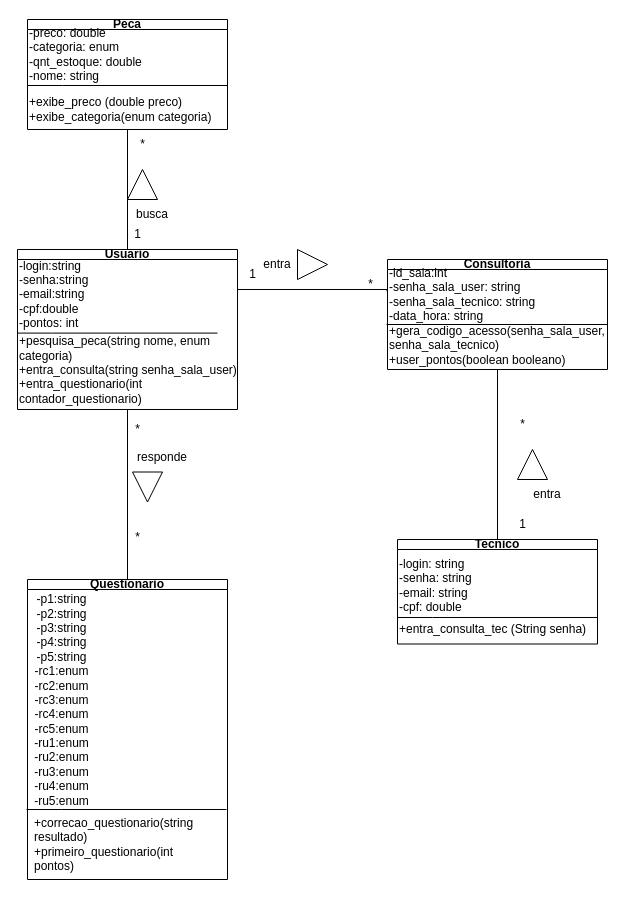
Earlier version of the draw.io diagram page "Page-11" (11 of 11) of Diagrama sem nome.drawio (devguina/CEFET-Software_Engineering). Source tidied: cells renumbered, new cells numbered last; positions are measured from the earlier drawing's top-left corner, leaving out a move shared by most shapes. Both pictures are drawn from the tidied source at 100%, with x=0, y=0 at pixel (17, 19).
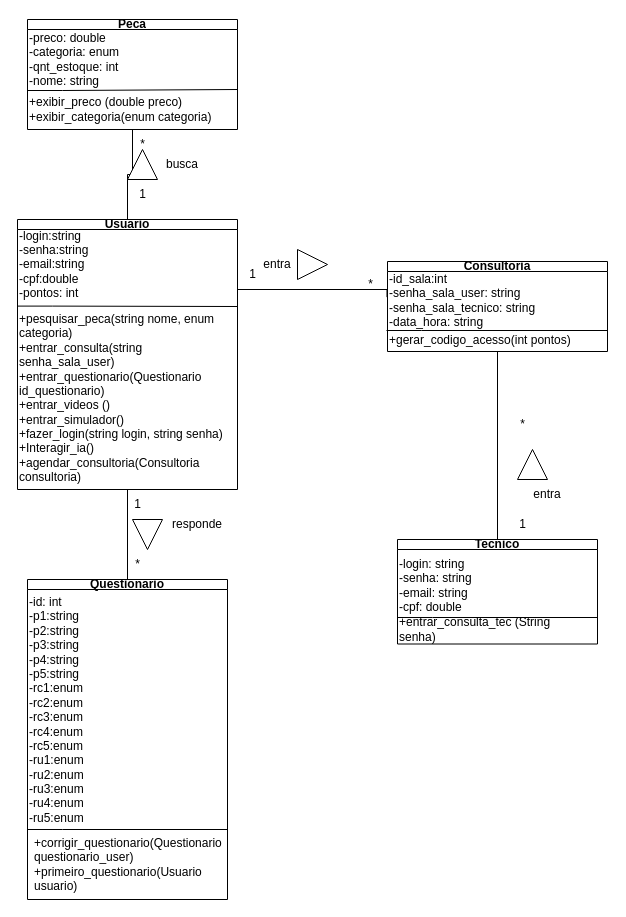
The same page after the edit.

Unchanged cells that the change refers to:
```xml
<mxCell id="17" value="Tecnico" style="swimlane;whiteSpace=wrap;html=1;startSize=10;" parent="1" vertex="1">
  <mxGeometry x="380" y="520" width="200" height="104.5" as="geometry" />
</mxCell>
```

Change to the diagram source:
```diff
@@
     <mxCell id="3" value="Usuario" style="swimlane;whiteSpace=wrap;html=1;startSize=10;" parent="1" vertex="1">
-      <mxGeometry y="230" width="220" height="160" as="geometry" />
+      <mxGeometry y="200" width="220" height="270" as="geometry" />
     </mxCell>
-    <mxCell id="4" value="+pesquisa_peca(string nome, enum categoria)&lt;div&gt;+entra_consulta(string senha_sala_user)&lt;/div&gt;&lt;div&gt;+entra_questionario(int contador_questionario)&lt;/div&gt;&lt;div&gt;&lt;br&gt;&lt;/div&gt;&lt;div&gt;&lt;br&gt;&lt;/div&gt;" style="text;html=1;align=left;verticalAlign=middle;whiteSpace=wrap;rounded=0;" parent="3" vertex="1">
-      <mxGeometry y="110" width="220" height="50" as="geometry" />
+    <mxCell id="4" value="+pesquisar_peca(string nome, enum categoria)&lt;div&gt;+entrar_consulta(string senha_sala_user)&lt;/div&gt;&lt;div&gt;+entrar_questionario(Questionario id_questionario)&lt;/div&gt;&lt;div&gt;+entrar_videos ()&lt;/div&gt;&lt;div&gt;+entrar_simulador()&lt;/div&gt;&lt;div&gt;+fazer_login(string login, string senha)&lt;/div&gt;&lt;div&gt;+Interagir_ia()&lt;/div&gt;&lt;div&gt;+agendar_consultoria(Consultoria consultoria)&lt;/div&gt;&lt;div&gt;&lt;br&gt;&lt;/div&gt;" style="text;html=1;align=left;verticalAlign=middle;whiteSpace=wrap;rounded=0;" parent="3" vertex="1">
+      <mxGeometry y="141" width="220" height="90" as="geometry" />
     </mxCell>
@@
     <mxCell id="6" value="Questionario" style="swimlane;whiteSpace=wrap;html=1;startSize=10;" parent="1" vertex="1">
-      <mxGeometry x="10" y="560" width="200" height="300" as="geometry" />
+      <mxGeometry x="10" y="560" width="200" height="320" as="geometry" />
     </mxCell>
-    <mxCell id="7" value="&lt;div&gt;-p1:string&lt;/div&gt;&lt;div&gt;-p2:&lt;span style=&quot;background-color: initial;&quot;&gt;string&lt;/span&gt;&lt;/div&gt;&lt;div&gt;-p3:&lt;span style=&quot;background-color: initial;&quot;&gt;string&lt;/span&gt;&lt;/div&gt;&lt;div&gt;-p4:&lt;span style=&quot;background-color: initial;&quot;&gt;string&lt;/span&gt;&lt;/div&gt;&lt;div&gt;-p5:&lt;span style=&quot;background-color: initial;&quot;&gt;string&lt;/span&gt;&lt;/div&gt;&lt;div&gt;-rc1&lt;span style=&quot;background-color: initial;&quot;&gt;:enum&lt;/span&gt;&lt;/div&gt;&lt;div&gt;-rc2&lt;span style=&quot;background-color: initial;&quot;&gt;:enum&lt;/span&gt;&lt;/div&gt;&lt;div&gt;-rc3&lt;span style=&quot;background-color: initial;&quot;&gt;:enum&lt;/span&gt;&lt;/div&gt;&lt;div&gt;-rc4&lt;span style=&quot;background-color: initial;&quot;&gt;:enum&lt;/span&gt;&lt;/div&gt;&lt;div&gt;-rc5&lt;span style=&quot;background-color: initial;&quot;&gt;:&lt;/span&gt;&lt;span style=&quot;background-color: initial;&quot;&gt;enum&lt;/span&gt;&lt;/div&gt;&lt;div&gt;-ru1&lt;span style=&quot;background-color: initial;&quot;&gt;:&lt;/span&gt;&lt;span style=&quot;background-color: initial;&quot;&gt;enum&lt;/span&gt;&lt;/div&gt;&lt;div&gt;-ru2&lt;span style=&quot;background-color: initial;&quot;&gt;:&lt;/span&gt;&lt;span style=&quot;background-color: initial;&quot;&gt;enum&lt;/span&gt;&lt;/div&gt;&lt;div&gt;-ru3&lt;span style=&quot;background-color: initial;&quot;&gt;:&lt;/span&gt;&lt;span style=&quot;background-color: initial;&quot;&gt;enum&lt;/span&gt;&lt;/div&gt;&lt;div&gt;-ru4&lt;span style=&quot;background-color: initial;&quot;&gt;:&lt;/span&gt;&lt;span style=&quot;background-color: initial;&quot;&gt;enum&lt;/span&gt;&lt;/div&gt;&lt;div&gt;-ru5&lt;span style=&quot;background-color: initial;&quot;&gt;:&lt;/span&gt;&lt;span style=&quot;background-color: initial;&quot;&gt;enum&lt;/span&gt;&lt;/div&gt;&lt;div&gt;&lt;br&gt;&lt;/div&gt;&lt;div&gt;&lt;br&gt;&lt;/div&gt;" style="text;html=1;align=center;verticalAlign=middle;strokeColor=none;fillColor=none;" parent="6" vertex="1">
-      <mxGeometry x="-6" y="5" width="80" height="260" as="geometry" />
+    <mxCell id="7" value="&lt;div&gt;-id: int&lt;/div&gt;&lt;div&gt;-p1:string&lt;/div&gt;&lt;div&gt;-p2:&lt;span style=&quot;background-color: initial;&quot;&gt;string&lt;/span&gt;&lt;/div&gt;&lt;div&gt;-p3:&lt;span style=&quot;background-color: initial;&quot;&gt;string&lt;/span&gt;&lt;/div&gt;&lt;div&gt;-p4:&lt;span style=&quot;background-color: initial;&quot;&gt;string&lt;/span&gt;&lt;/div&gt;&lt;div&gt;-p5:&lt;span style=&quot;background-color: initial;&quot;&gt;string&lt;/span&gt;&lt;/div&gt;&lt;div&gt;-rc1&lt;span style=&quot;background-color: initial;&quot;&gt;:enum&lt;/span&gt;&lt;/div&gt;&lt;div&gt;-rc2&lt;span style=&quot;background-color: initial;&quot;&gt;:enum&lt;/span&gt;&lt;/div&gt;&lt;div&gt;-rc3&lt;span style=&quot;background-color: initial;&quot;&gt;:enum&lt;/span&gt;&lt;/div&gt;&lt;div&gt;-rc4&lt;span style=&quot;background-color: initial;&quot;&gt;:enum&lt;/span&gt;&lt;/div&gt;&lt;div&gt;-rc5&lt;span style=&quot;background-color: initial;&quot;&gt;:&lt;/span&gt;&lt;span style=&quot;background-color: initial;&quot;&gt;enum&lt;/span&gt;&lt;/div&gt;&lt;div&gt;-ru1&lt;span style=&quot;background-color: initial;&quot;&gt;:&lt;/span&gt;&lt;span style=&quot;background-color: initial;&quot;&gt;enum&lt;/span&gt;&lt;/div&gt;&lt;div&gt;-ru2&lt;span style=&quot;background-color: initial;&quot;&gt;:&lt;/span&gt;&lt;span style=&quot;background-color: initial;&quot;&gt;enum&lt;/span&gt;&lt;/div&gt;&lt;div&gt;-ru3&lt;span style=&quot;background-color: initial;&quot;&gt;:&lt;/span&gt;&lt;span style=&quot;background-color: initial;&quot;&gt;enum&lt;/span&gt;&lt;/div&gt;&lt;div&gt;-ru4&lt;span style=&quot;background-color: initial;&quot;&gt;:&lt;/span&gt;&lt;span style=&quot;background-color: initial;&quot;&gt;enum&lt;/span&gt;&lt;/div&gt;&lt;div&gt;-ru5&lt;span style=&quot;background-color: initial;&quot;&gt;:&lt;/span&gt;&lt;span style=&quot;background-color: initial;&quot;&gt;enum&lt;/span&gt;&lt;/div&gt;&lt;div&gt;&lt;br&gt;&lt;/div&gt;&lt;div&gt;&lt;br&gt;&lt;/div&gt;" style="text;html=1;align=left;verticalAlign=middle;strokeColor=none;fillColor=none;" parent="6" vertex="1">
+      <mxGeometry y="10" width="80" height="270" as="geometry" />
     </mxCell>
     <mxCell id="8" style="endArrow=none;html=1;rounded=0;entryX=1;entryY=0.75;entryDx=0;entryDy=0;" parent="6" edge="1">
       <mxGeometry relative="1" as="geometry">
-        <mxPoint x="-1" y="230" as="sourcePoint" />
-        <mxPoint x="199" y="230" as="targetPoint" />
+        <mxPoint y="250" as="sourcePoint" />
+        <mxPoint x="200" y="250" as="targetPoint" />
         <Array as="points">
-          <mxPoint x="34" y="230" />
+          <mxPoint x="35" y="250" />
         </Array>
       </mxGeometry>
     </mxCell>
-    <mxCell id="9" value="&lt;div&gt;+correcao_questionario(string resultado)&lt;/div&gt;&lt;div&gt;+primeiro_questionario(int pontos)&lt;/div&gt;" style="text;html=1;align=left;verticalAlign=middle;whiteSpace=wrap;rounded=0;" parent="6" vertex="1">
-      <mxGeometry x="5" y="250" width="180" height="30" as="geometry" />
+    <mxCell id="9" value="&lt;div&gt;+corrigir_questionario(Questionario&amp;nbsp; questionario_user)&lt;/div&gt;&lt;div&gt;+primeiro_questionario(Usuario usuario)&lt;/div&gt;" style="text;html=1;align=left;verticalAlign=middle;whiteSpace=wrap;rounded=0;" parent="6" vertex="1">
+      <mxGeometry x="5" y="270" width="180" height="30" as="geometry" />
     </mxCell>
-    <mxCell id="10" value="*" style="text;html=1;align=center;verticalAlign=middle;strokeColor=none;fillColor=none;" parent="1" vertex="1">
-      <mxGeometry x="105" y="395" width="30" height="30" as="geometry" />
+    <mxCell id="10" value="1" style="text;html=1;align=center;verticalAlign=middle;strokeColor=none;fillColor=none;" parent="1" vertex="1">
+      <mxGeometry x="105" y="470" width="30" height="30" as="geometry" />
     </mxCell>
     <mxCell id="11" value="*" style="text;html=1;align=center;verticalAlign=middle;strokeColor=none;fillColor=none;" parent="1" vertex="1">
-      <mxGeometry x="105" y="502.5" width="30" height="30" as="geometry" />
+      <mxGeometry x="105" y="530" width="30" height="30" as="geometry" />
     </mxCell>
     <mxCell id="12" value="Consultoria" style="swimlane;whiteSpace=wrap;html=1;startSize=10;" parent="1" vertex="1">
-      <mxGeometry x="370" y="240" width="220" height="110" as="geometry" />
+      <mxGeometry x="370" y="242" width="220" height="90" as="geometry" />
     </mxCell>
     <mxCell id="13" value="-id_sala:int&lt;div&gt;-senha_sala_user: string&lt;/div&gt;&lt;div&gt;-senha_sala_tecnico: string&lt;/div&gt;&lt;div&gt;-data_hora: string&lt;/div&gt;" style="text;html=1;align=left;verticalAlign=middle;points=[];strokeColor=none;fillColor=none;" parent="12" vertex="1">
-      <mxGeometry width="170" height="70" as="geometry" />
+      <mxGeometry y="4" width="170" height="70" as="geometry" />
     </mxCell>
     <mxCell id="14" style="endArrow=none;html=1;rounded=0;" parent="12" edge="1">
       <mxGeometry relative="1" as="geometry">
-        <mxPoint x="-1" y="65" as="sourcePoint" />
-        <mxPoint x="220" y="65" as="targetPoint" />
+        <mxPoint x="-1" y="69" as="sourcePoint" />
+        <mxPoint x="220" y="69" as="targetPoint" />
         <Array as="points">
-          <mxPoint x="34" y="65" />
+          <mxPoint x="34" y="69" />
         </Array>
       </mxGeometry>
     </mxCell>
-    <mxCell id="15" value="&lt;div&gt;+gera_codigo_acesso(senha_sala_user,&amp;nbsp; senha_sala_tecnico)&lt;/div&gt;&lt;div&gt;+user_pontos(boolean booleano)&lt;/div&gt;" style="text;html=1;align=left;verticalAlign=middle;whiteSpace=wrap;rounded=0;" parent="12" vertex="1">
-      <mxGeometry y="50" width="220" height="72" as="geometry" />
-    </mxCell>
@@
-    <mxCell id="20" value="+entra_consulta_tec (String senha)" style="text;html=1;align=left;verticalAlign=middle;whiteSpace=wrap;rounded=0;" parent="17" vertex="1">
+    <mxCell id="20" value="+entrar_consulta_tec (String senha)" style="text;html=1;align=left;verticalAlign=middle;whiteSpace=wrap;rounded=0;" parent="17" vertex="1">
       <mxGeometry y="74.5" width="190" height="30" as="geometry" />
     </mxCell>
@@
     <mxCell id="26" value="Peca" style="swimlane;whiteSpace=wrap;html=1;startSize=10;" parent="1" vertex="1">
-      <mxGeometry x="10" width="200" height="110" as="geometry" />
+      <mxGeometry x="10" width="210" height="110" as="geometry" />
     </mxCell>
-    <mxCell id="27" value="&lt;div&gt;-preco: double&lt;/div&gt;&lt;div&gt;-categoria: enum&lt;/div&gt;&lt;div&gt;-qnt_estoque: double&lt;/div&gt;&lt;div&gt;-nome: string&lt;/div&gt;" style="text;html=1;align=left;verticalAlign=middle;strokeColor=none;fillColor=none;" parent="26" vertex="1">
-      <mxGeometry width="140" height="70" as="geometry" />
+    <mxCell id="27" value="&lt;div&gt;-preco: double&lt;/div&gt;&lt;div&gt;-categoria: enum&lt;/div&gt;&lt;div&gt;-qnt_estoque: int&lt;/div&gt;&lt;div&gt;-nome: string&lt;/div&gt;" style="text;html=1;align=left;verticalAlign=middle;strokeColor=none;fillColor=none;" parent="26" vertex="1">
+      <mxGeometry y="5" width="110" height="70" as="geometry" />
     </mxCell>
     <mxCell id="28" style="endArrow=none;html=1;rounded=0;" parent="26" edge="1">
       <mxGeometry relative="1" as="geometry">
-        <mxPoint y="66" as="sourcePoint" />
-        <mxPoint x="200" y="66" as="targetPoint" />
+        <mxPoint y="71" as="sourcePoint" />
+        <mxPoint x="210" y="70" as="targetPoint" />
         <Array as="points">
-          <mxPoint x="35" y="66" />
+          <mxPoint x="35" y="71" />
         </Array>
       </mxGeometry>
     </mxCell>
-    <mxCell id="29" value="+exibe_preco (double preco)&lt;div&gt;+exibe_categoria(enum categoria)&lt;/div&gt;" style="text;html=1;align=left;verticalAlign=middle;strokeColor=none;fillColor=none;" parent="26" vertex="1">
+    <mxCell id="29" value="+exibir_preco (double preco)&lt;div&gt;+exibir_categoria(enum categoria)&lt;/div&gt;" style="text;html=1;align=left;verticalAlign=middle;strokeColor=none;fillColor=none;" parent="26" vertex="1">
       <mxGeometry y="70" width="210" height="40" as="geometry" />
     </mxCell>
     <mxCell id="30" value="1" style="text;html=1;align=center;verticalAlign=middle;strokeColor=none;fillColor=none;" parent="1" vertex="1">
-      <mxGeometry x="105" y="200" width="30" height="30" as="geometry" />
+      <mxGeometry x="110" y="160" width="30" height="30" as="geometry" />
     </mxCell>
@@
     <mxCell id="33" style="triangle;whiteSpace=wrap;html=1;rotation=-90;" parent="1" vertex="1">
-      <mxGeometry x="110" y="150" width="30" height="30" as="geometry" />
+      <mxGeometry x="110" y="130" width="30" height="30" as="geometry" />
     </mxCell>
     <mxCell id="34" style="triangle;whiteSpace=wrap;html=1;rotation=90;" parent="1" vertex="1">
-      <mxGeometry x="115" y="452.5" width="30" height="30" as="geometry" />
+      <mxGeometry x="115" y="500" width="30" height="30" as="geometry" />
     </mxCell>
@@
-    <mxCell id="37" style="endArrow=none;html=1;rounded=0;entryX=1;entryY=0.75;entryDx=0;entryDy=0;" parent="1" edge="1">
+    <mxCell id="37" style="endArrow=none;html=1;rounded=0;" parent="1" edge="1">
       <mxGeometry relative="1" as="geometry">
-        <mxPoint y="313.6" as="sourcePoint" />
-        <mxPoint x="200" y="313.6" as="targetPoint" />
+        <mxPoint y="286.6" as="sourcePoint" />
+        <mxPoint x="220" y="287" as="targetPoint" />
         <Array as="points">
-          <mxPoint x="35" y="313.6" />
+          <mxPoint x="35" y="286.6" />
         </Array>
       </mxGeometry>
     </mxCell>
     <mxCell id="38" value="responde" style="text;html=1;align=center;verticalAlign=middle;whiteSpace=wrap;rounded=0;" parent="1" vertex="1">
-      <mxGeometry x="115" y="422.5" width="60" height="30" as="geometry" />
+      <mxGeometry x="150" y="490" width="60" height="30" as="geometry" />
     </mxCell>
@@
     <mxCell id="41" value="busca" style="text;html=1;align=center;verticalAlign=middle;whiteSpace=wrap;rounded=0;" parent="1" vertex="1">
-      <mxGeometry x="105" y="180" width="60" height="30" as="geometry" />
+      <mxGeometry x="135" y="130" width="60" height="30" as="geometry" />
     </mxCell>
+    <mxCell id="15" value="&lt;div&gt;+gerar_codigo_acesso(int pontos)&lt;/div&gt;" style="text;html=1;align=left;verticalAlign=middle;whiteSpace=wrap;rounded=0;" parent="1" vertex="1">
+      <mxGeometry x="370" y="285" width="220" height="72" as="geometry" />
+    </mxCell>
```
